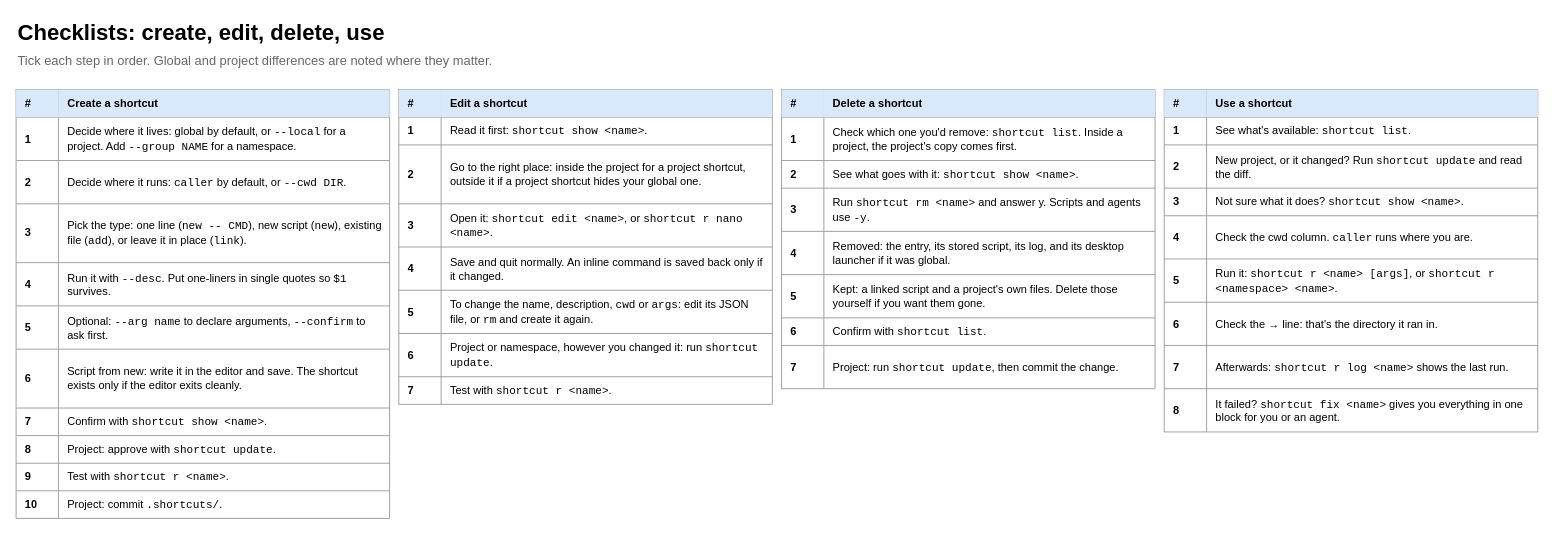
This is page "5 Checklists" (5 of 5) of docs/shortcut-overview.drawio from StanLukuvka/Shortcut, a draw.io file, before an edit. Source tidied: cells renumbered, new cells numbered last; positions are measured from the earlier drawing's top-left corner, leaving out a move shared by most shapes. Both pictures are drawn from the tidied source at 92%, with x=0, y=0 at pixel (16, 16).
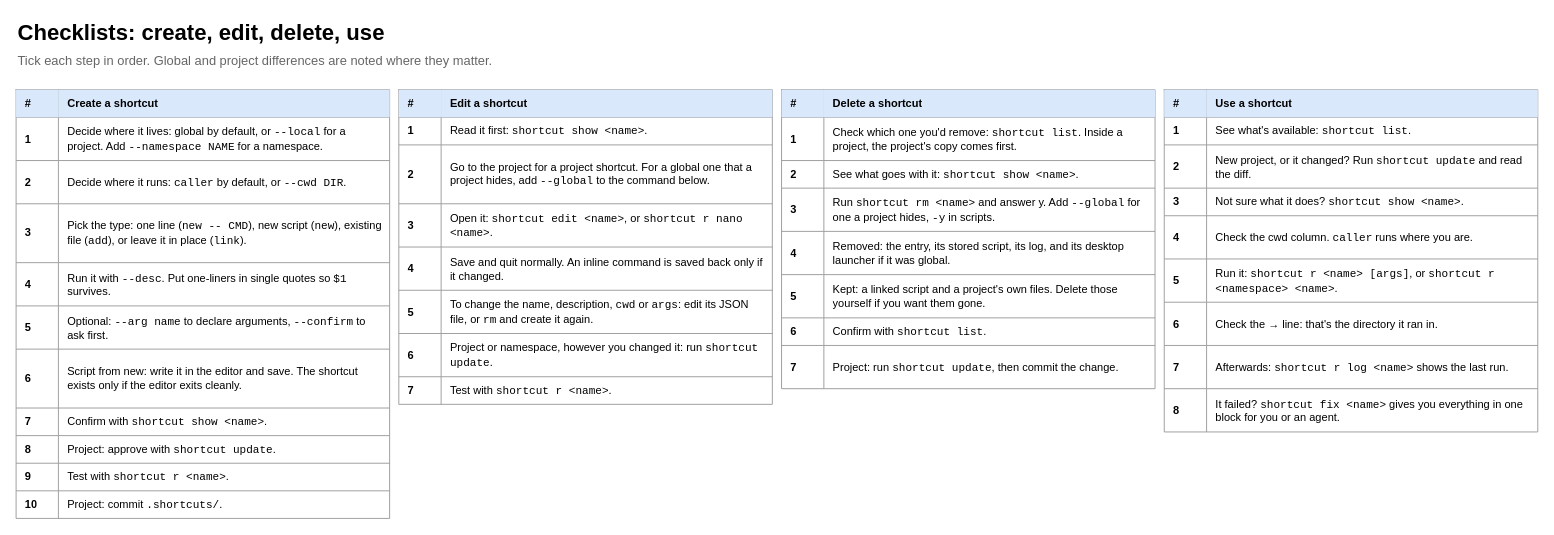
The same diagram, later.

Commit message (it also covers changes not shown here):
Apply the overall review and rename --group to --namespace

The change refers to these unchanged cells:
```xml
<mxCell id="8" style="shape=tableRow;horizontal=0;startSize=0;swimlaneHead=0;swimlaneBody=0;strokeColor=inherit;top=0;left=0;bottom=0;right=0;fillColor=none;html=1;" parent="4" vertex="1">
  <mxGeometry y="30" width="406" height="47" as="geometry" />
</mxCell>
<mxCell id="45" style="shape=tableRow;horizontal=0;startSize=0;swimlaneHead=0;swimlaneBody=0;strokeColor=inherit;top=0;left=0;bottom=0;right=0;fillColor=none;html=1;" parent="38" vertex="1">
  <mxGeometry y="60" width="406" height="64" as="geometry" />
</mxCell>
<mxCell id="73" style="shape=tableRow;horizontal=0;startSize=0;swimlaneHead=0;swimlaneBody=0;strokeColor=inherit;top=0;left=0;bottom=0;right=0;fillColor=none;html=1;" parent="63" vertex="1">
  <mxGeometry y="107" width="406" height="47" as="geometry" />
</mxCell>
```

The edit, as a diff of the source:
```diff
@@
-    <mxCell id="10" value="Decide where it lives: global by default, or &lt;font face=&quot;monospace&quot;&gt;--local&lt;/font&gt; for a project. Add &lt;font face=&quot;monospace&quot;&gt;--group NAME&lt;/font&gt; for a namespace." style="shape=partialRectangle;html=1;whiteSpace=wrap;strokeColor=inherit;overflow=hidden;fillColor=none;top=0;left=0;bottom=0;right=0;align=left;verticalAlign=middle;spacingLeft=8;spacingRight=6;fontSize=12;" parent="8" vertex="1">
+    <mxCell id="10" value="Decide where it lives: global by default, or &lt;font face=&quot;monospace&quot;&gt;--local&lt;/font&gt; for a project. Add &lt;font face=&quot;monospace&quot;&gt;--namespace NAME&lt;/font&gt; for a namespace." style="shape=partialRectangle;html=1;whiteSpace=wrap;strokeColor=inherit;overflow=hidden;fillColor=none;top=0;left=0;bottom=0;right=0;align=left;verticalAlign=middle;spacingLeft=8;spacingRight=6;fontSize=12;" parent="8" vertex="1">
       <mxGeometry x="46" width="360" height="47" as="geometry" />
     </mxCell>
@@
-    <mxCell id="47" value="Go to the right place: inside the project for a project shortcut, outside it if a project shortcut hides your global one." style="shape=partialRectangle;html=1;whiteSpace=wrap;strokeColor=inherit;overflow=hidden;fillColor=none;top=0;left=0;bottom=0;right=0;align=left;verticalAlign=middle;spacingLeft=8;spacingRight=6;fontSize=12;" parent="45" vertex="1">
+    <mxCell id="47" value="Go to the project for a project shortcut. For a global one that a project hides, add &lt;font face=&quot;monospace&quot;&gt;--global&lt;/font&gt; to the command below." style="shape=partialRectangle;html=1;whiteSpace=wrap;strokeColor=inherit;overflow=hidden;fillColor=none;top=0;left=0;bottom=0;right=0;align=left;verticalAlign=middle;spacingLeft=8;spacingRight=6;fontSize=12;" parent="45" vertex="1">
       <mxGeometry x="46" width="360" height="64" as="geometry" />
     </mxCell>
@@
-    <mxCell id="75" value="Run &lt;font face=&quot;monospace&quot;&gt;shortcut rm &amp;lt;name&amp;gt;&lt;/font&gt; and answer y. Scripts and agents use &lt;font face=&quot;monospace&quot;&gt;-y&lt;/font&gt;." style="shape=partialRectangle;html=1;whiteSpace=wrap;strokeColor=inherit;overflow=hidden;fillColor=none;top=0;left=0;bottom=0;right=0;align=left;verticalAlign=middle;spacingLeft=8;spacingRight=6;fontSize=12;" parent="73" vertex="1">
+    <mxCell id="75" value="Run &lt;font face=&quot;monospace&quot;&gt;shortcut rm &amp;lt;name&amp;gt;&lt;/font&gt; and answer y. Add &lt;font face=&quot;monospace&quot;&gt;--global&lt;/font&gt; for one a project hides, &lt;font face=&quot;monospace&quot;&gt;-y&lt;/font&gt; in scripts." style="shape=partialRectangle;html=1;whiteSpace=wrap;strokeColor=inherit;overflow=hidden;fillColor=none;top=0;left=0;bottom=0;right=0;align=left;verticalAlign=middle;spacingLeft=8;spacingRight=6;fontSize=12;" parent="73" vertex="1">
       <mxGeometry x="46" width="360" height="47" as="geometry" />
     </mxCell>
```
